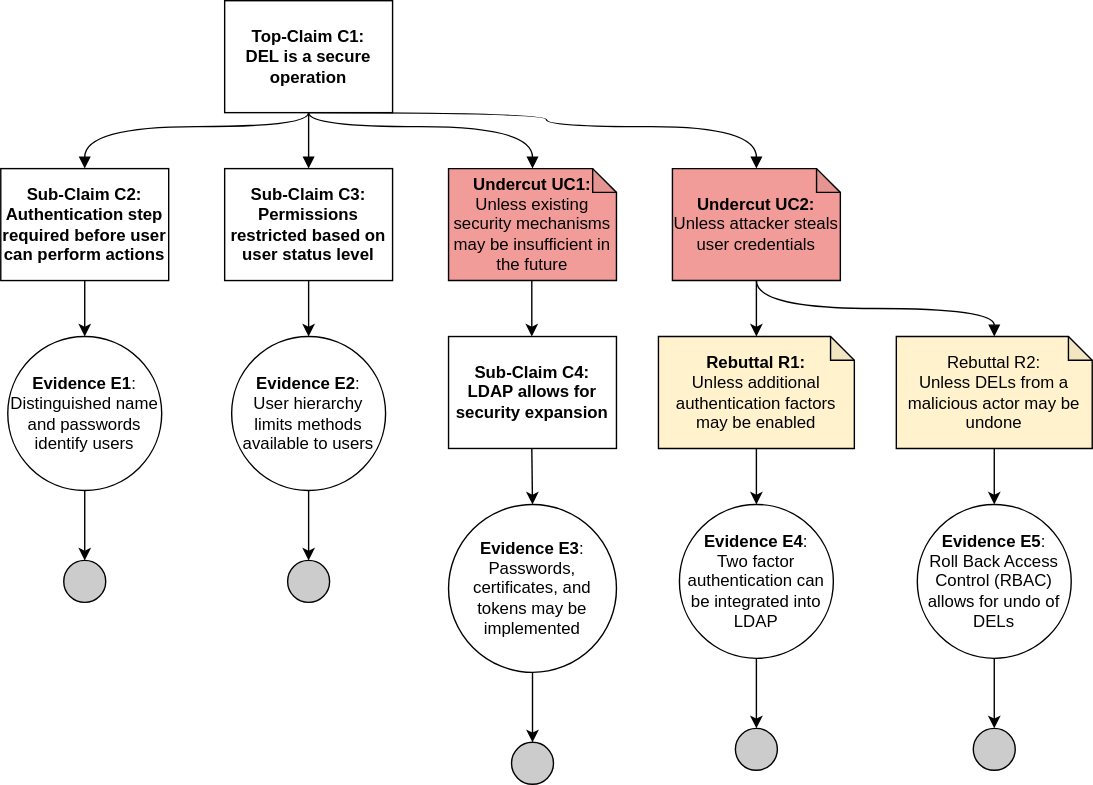
This is images/DEL assurance case.drawio.svg from bartelsjoshuac/SAPG, a draw.io export, as it was before one commit. Source tidied: cells renumbered, new cells last; positions are measured from the earlier drawing's top-left corner, leaving out a move shared by most shapes.
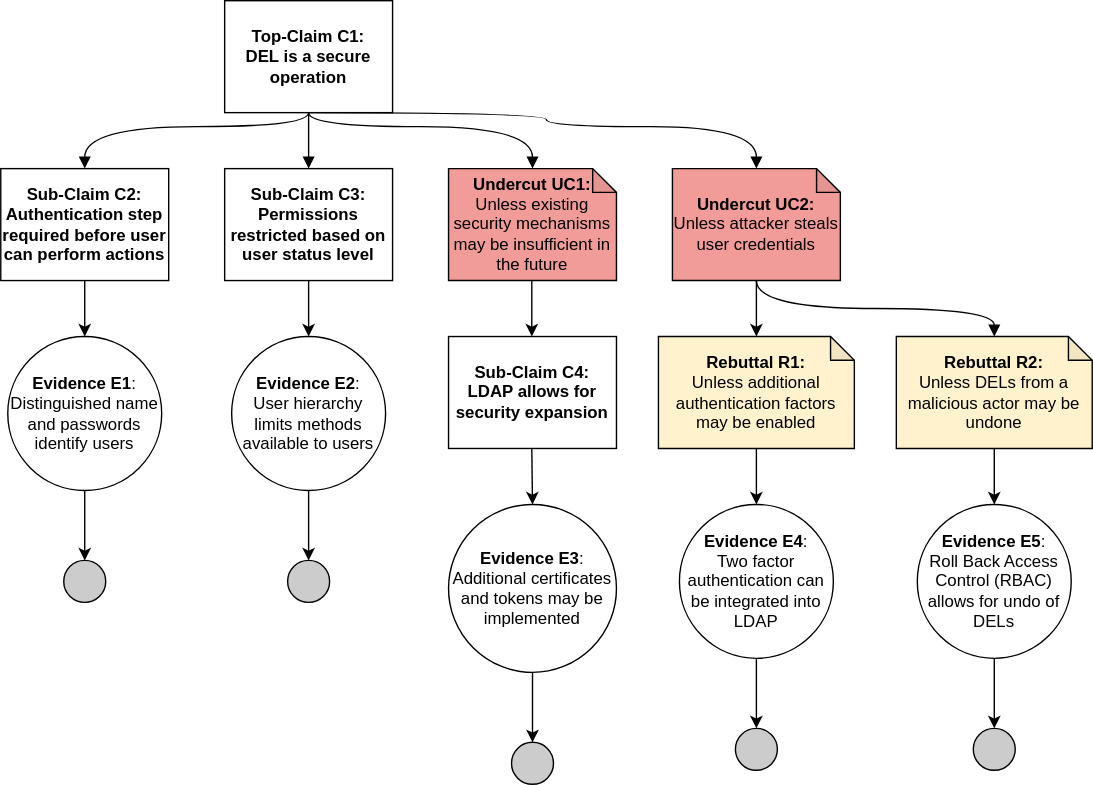
After the change.

Change to the diagram source:
```diff
@@ -60,7 +60,7 @@
     <mxCell id="18" value="&lt;b&gt;Evidence E4&lt;/b&gt;:&lt;br&gt;Two factor authentication can be integrated into LDAP" style="ellipse;whiteSpace=wrap;html=1;fillColor=#ffffff;rounded=0;" parent="1" vertex="1">
       <mxGeometry x="485" y="360" width="110" height="110" as="geometry" />
     </mxCell>
-    <mxCell id="19" value="Rebuttal R2:&lt;br&gt;Unless DELs from a malicious actor may be undone" style="shape=note;whiteSpace=wrap;html=1;backgroundOutline=1;darkOpacity=0.05;size=17;fillColor=#FFF2CC;" parent="1" vertex="1">
+    <mxCell id="19" value="&lt;b&gt;Rebuttal R2:&lt;/b&gt;&lt;br&gt;Unless DELs from a malicious actor may be undone" style="shape=note;whiteSpace=wrap;html=1;backgroundOutline=1;darkOpacity=0.05;size=17;fillColor=#FFF2CC;" parent="1" vertex="1">
       <mxGeometry x="640" y="240" width="140" height="80" as="geometry" />
     </mxCell>
     <mxCell id="20" style="endArrow=classic;html=1;rounded=0;exitX=0.5;exitY=1;exitDx=0;exitDy=0;exitPerimeter=0;entryX=0.5;entryY=0;entryDx=0;entryDy=0;" parent="1" edge="1" source="19" target="12">
@@ -106,7 +106,7 @@
     <mxCell id="29" value="&lt;b&gt;Sub-Claim C4:&lt;br&gt;LDAP allows for security expansion&lt;br&gt;&lt;/b&gt;" style="rounded=0;whiteSpace=wrap;html=1;" parent="1" vertex="1">
       <mxGeometry x="320" y="240" width="120" height="80" as="geometry" />
     </mxCell>
-    <mxCell id="30" value="&lt;b&gt;Evidence E3&lt;/b&gt;:&lt;br&gt;Passwords, certificates, and tokens may be implemented" style="ellipse;whiteSpace=wrap;html=1;" parent="1" vertex="1">
+    <mxCell id="30" value="&lt;b&gt;Evidence E3&lt;/b&gt;:&lt;br&gt;Additional certificates and tokens may be implemented" style="ellipse;whiteSpace=wrap;html=1;" parent="1" vertex="1">
       <mxGeometry x="320" y="360" width="120" height="120" as="geometry" />
     </mxCell>
     <mxCell id="31" value="&lt;b&gt;Undercut UC1:&lt;/b&gt;&lt;br&gt;Unless existing security mechanisms may be insufficient in the future" style="shape=note;whiteSpace=wrap;html=1;backgroundOutline=1;darkOpacity=0.05;size=17;fillColor=#F19C99;" parent="1" vertex="1">
```
